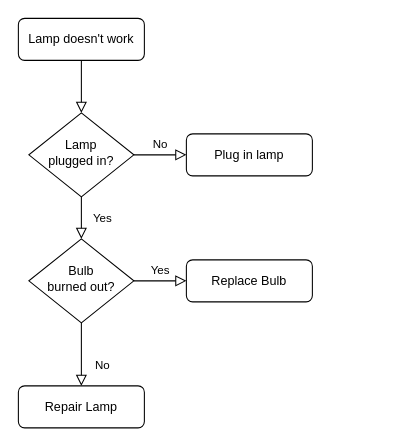
This is css/Untitled Diagram.drawio from xudale/blog, a draw.io file, before an edit. Source tidied: cells renumbered, new cells numbered last; positions are measured from the earlier drawing's top-left corner, leaving out a move shared by most shapes. Both pictures are drawn from the tidied source at 105%, with x=0, y=0 at pixel (18, 18).
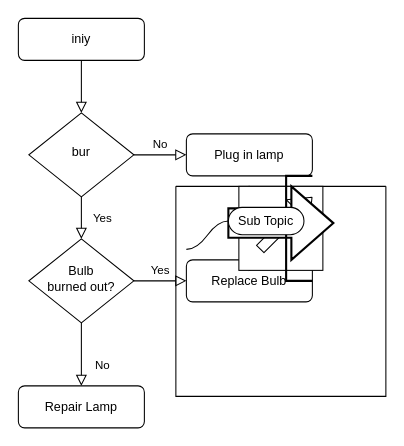
The same page after the edit.

What changed in the source:
```diff
@@
-    <mxCell id="3" value="Lamp doesn't work" style="rounded=1;whiteSpace=wrap;html=1;fontSize=12;glass=0;strokeWidth=1;shadow=0;" parent="1" vertex="1">
+    <mxCell id="3" value="iniy" style="rounded=1;whiteSpace=wrap;html=1;fontSize=12;glass=0;strokeWidth=1;shadow=0;" parent="1" vertex="1">
       <mxGeometry width="120" height="40" as="geometry" />
     </mxCell>
@@
-    <mxCell id="6" value="Lamp&lt;br&gt;plugged in?" style="rhombus;whiteSpace=wrap;html=1;shadow=0;fontFamily=Helvetica;fontSize=12;align=center;strokeWidth=1;spacing=6;spacingTop=-4;" parent="1" vertex="1">
+    <mxCell id="6" value="bur" style="rhombus;whiteSpace=wrap;html=1;shadow=0;fontFamily=Helvetica;fontSize=12;align=center;strokeWidth=1;spacing=6;spacingTop=-4;" parent="1" vertex="1">
       <mxGeometry x="10" y="90" width="100" height="80" as="geometry" />
     </mxCell>
@@
+    <mxCell id="13" style="swimlane;startSize=0;" parent="1" vertex="1">
+      <mxGeometry x="150" y="160" width="200" height="200" as="geometry" />
+    </mxCell>
+    <mxCell id="14" style="triangle;whiteSpace=wrap;html=1;" parent="1" vertex="1">
+      <mxGeometry x="220" y="160" width="60" height="80" as="geometry" />
+    </mxCell>
+    <mxCell id="15" style="whiteSpace=wrap;html=1;" parent="1" vertex="1">
+      <mxGeometry x="210" y="160" width="80" height="80" as="geometry" />
+    </mxCell>
+    <mxCell id="16" style="shape=flexArrow;endArrow=classic;html=1;" parent="1" edge="1">
+      <mxGeometry relative="1" as="geometry">
+        <mxPoint x="230" y="220" as="sourcePoint" />
+        <mxPoint x="280" y="170" as="targetPoint" />
+      </mxGeometry>
+    </mxCell>
+    <mxCell id="17" style="verticalLabelPosition=bottom;verticalAlign=top;html=1;strokeWidth=2;shape=mxgraph.arrows2.arrow;dy=0.6;dx=40;notch=0;" parent="1" vertex="1">
+      <mxGeometry x="200" y="160" width="100" height="70" as="geometry" />
+    </mxCell>
+    <mxCell id="18" style="strokeWidth=2;html=1;shape=mxgraph.flowchart.annotation_2;align=left;labelPosition=right;" parent="1" vertex="1">
+      <mxGeometry x="230" y="150" width="50" height="100" as="geometry" />
+    </mxCell>
+    <mxCell id="19" value="Sub Topic" style="whiteSpace=wrap;html=1;rounded=1;arcSize=50;align=center;verticalAlign=middle;strokeWidth=1;spacing=4;newEdgeStyle={&quot;edgeStyle&quot;:&quot;entityRelationEdgeStyle&quot;,&quot;startArrow&quot;:&quot;none&quot;,&quot;endArrow&quot;:&quot;none&quot;,&quot;segment&quot;:10,&quot;curved&quot;:1};" parent="1" vertex="1">
+      <mxGeometry x="200" y="180" width="72" height="26" as="geometry" />
+    </mxCell>
+    <mxCell id="20" style="edgeStyle=entityRelationEdgeStyle;startArrow=none;endArrow=none;segment=10;curved=1;" parent="1" edge="1" target="19">
+      <mxGeometry relative="1" as="geometry">
+        <mxPoint x="160" y="220" as="sourcePoint" />
+      </mxGeometry>
+    </mxCell>
```
